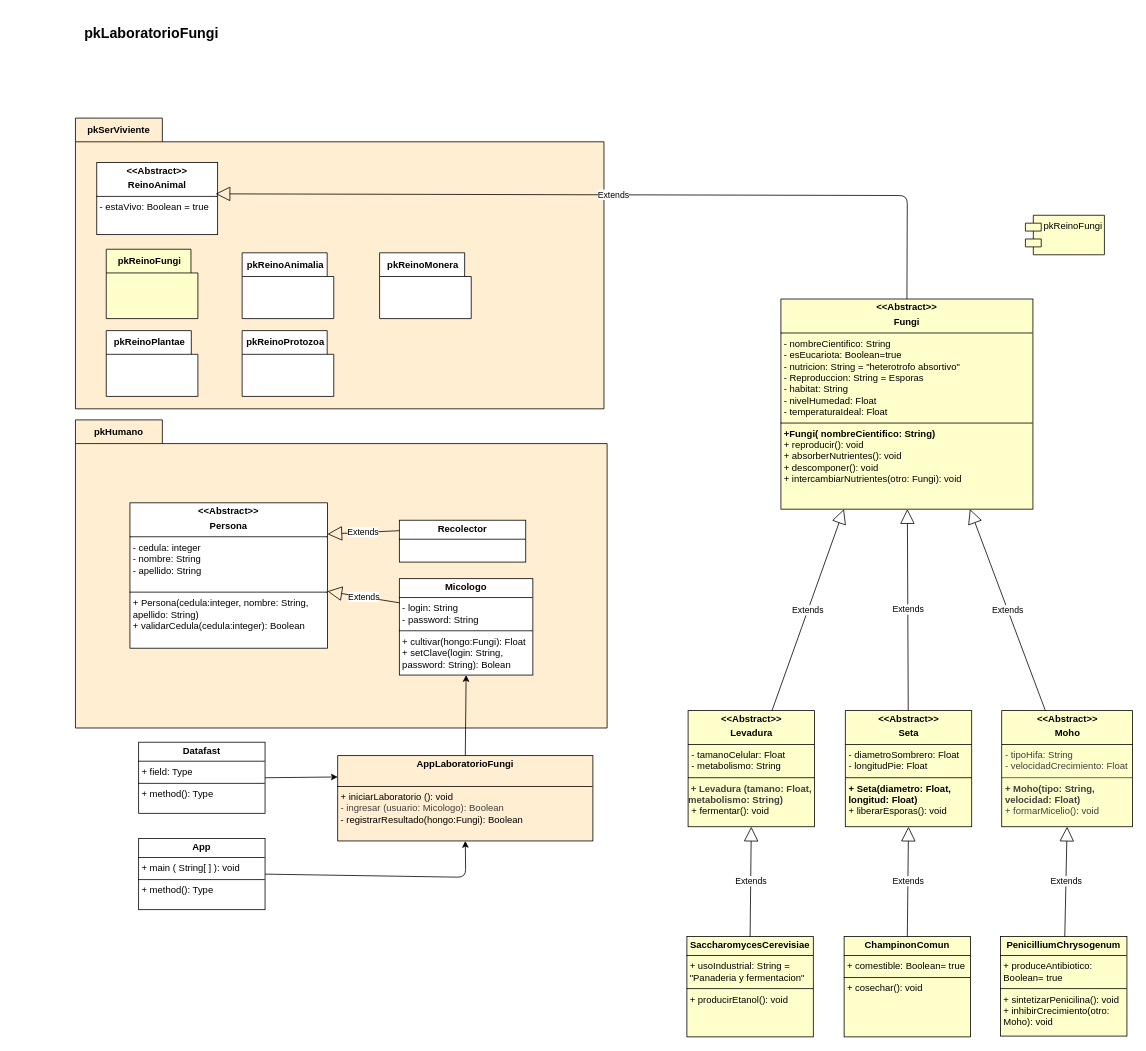
Before: desing/ClassDiagram.drawio in larry2004h-hash/ProyectoReinoFungi, a draw.io diagram. Source tidied: cells renumbered, new cells numbered last; positions are measured from the earlier drawing's top-left corner, leaving out a move shared by most shapes. Both pictures are drawn from the tidied source at 79%, with x=0, y=0 at pixel (75, 13).
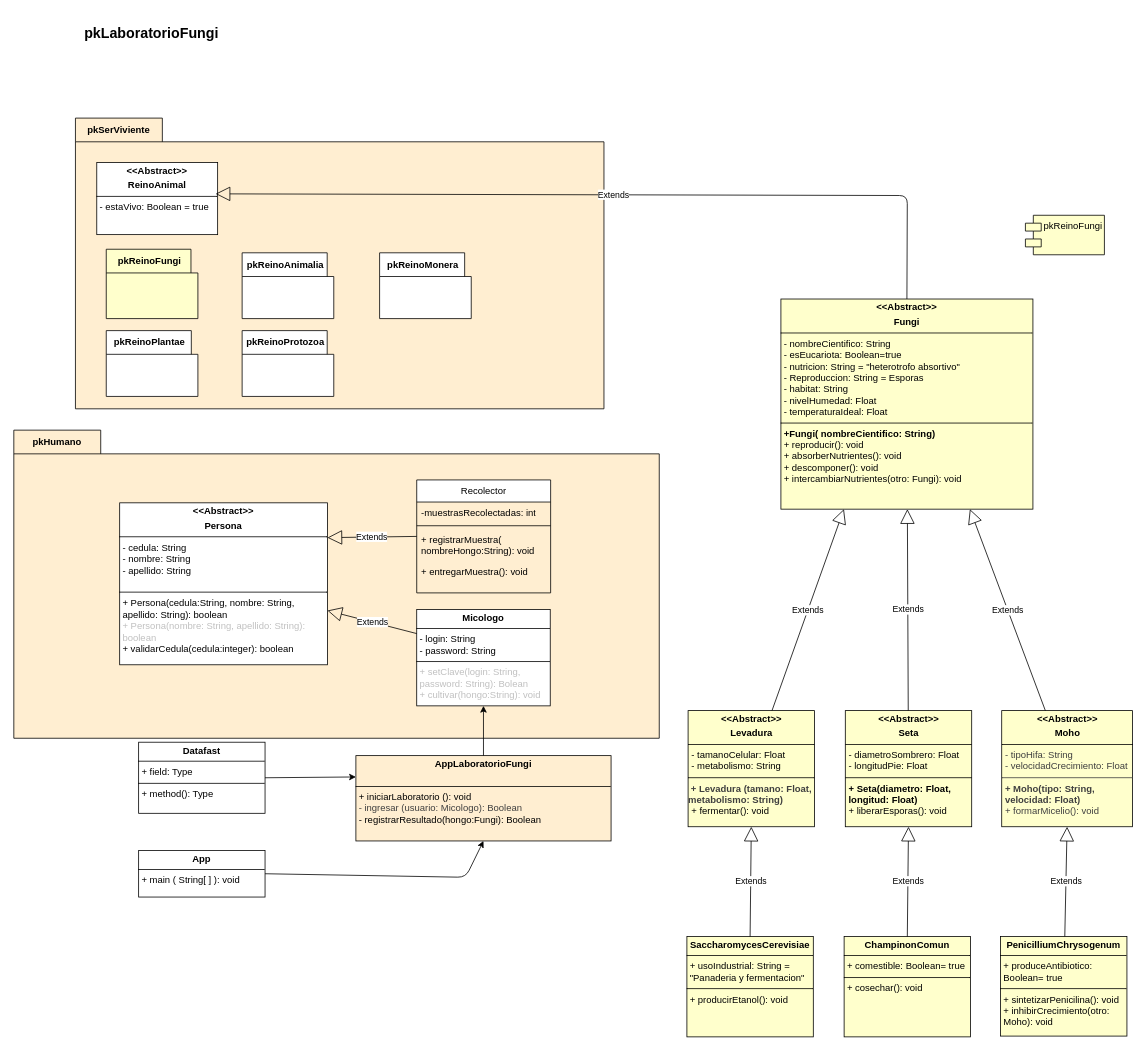
Above is the later version.

Diff of the diagram source:
```diff
@@
-    <mxCell id="2" value="pkHumano" style="shape=folder;fontStyle=1;tabWidth=110;tabHeight=30;tabPosition=left;html=1;boundedLbl=1;labelInHeader=1;whiteSpace=wrap;fillColor=#FFEED1;" parent="1" vertex="1">
-      <mxGeometry y="514" width="673" height="390" as="geometry" />
+    <mxCell id="2" value="pkHumano" style="shape=folder;fontStyle=1;tabWidth=110;tabHeight=30;tabPosition=left;html=1;boundedLbl=1;labelInHeader=1;whiteSpace=wrap;fillColor=#FFEED1;fontColor=light-dark(#000000,#EDEDED);" parent="1" vertex="1">
+      <mxGeometry x="-78" y="527" width="817" height="390" as="geometry" />
     </mxCell>
-    <mxCell id="3" value="&lt;p style=&quot;margin:0px;margin-top:4px;text-align:center;&quot;&gt;&lt;b&gt;Recolector&lt;/b&gt;&lt;/p&gt;&lt;hr size=&quot;1&quot; style=&quot;border-style:solid;&quot;&gt;&lt;p style=&quot;margin:0px;margin-left:4px;&quot;&gt;&lt;br&gt;&lt;/p&gt;" style="verticalAlign=top;align=left;overflow=fill;html=1;whiteSpace=wrap;" parent="2" vertex="1">
-      <mxGeometry x="410" y="127" width="160" height="53" as="geometry" />
+    <mxCell id="3" value="Recolector" style="swimlane;fontStyle=0;align=center;verticalAlign=top;horizontal=1;startSize=28;html=1;whiteSpace=wrap;strokeColor=light-dark(#000000,#EDEDED);fontColor=light-dark(#000000,#FFFFFF);labelBackgroundColor=default;" parent="2" vertex="1">
+      <mxGeometry x="510" y="63" width="169.5" height="143" as="geometry" />
     </mxCell>
+    <mxCell id="43" value="&lt;span style=&quot;text-wrap-mode: nowrap;&quot;&gt;-muestrasRecolectadas: int&lt;/span&gt;" style="text;strokeColor=none;fillColor=none;align=left;verticalAlign=top;spacingLeft=4;spacingRight=4;overflow=hidden;whiteSpace=wrap;html=1;fontColor=light-dark(#000000,#FFFFFF);" parent="3" vertex="1">
+      <mxGeometry y="28" width="169.5" height="26" as="geometry" />
+    </mxCell>
+    <mxCell id="44" style="line;strokeWidth=1;fillColor=none;align=left;verticalAlign=middle;spacingTop=-1;spacingLeft=3;spacingRight=3;labelPosition=right;" parent="3" vertex="1">
+      <mxGeometry y="54" width="169.5" height="8" as="geometry" />
+    </mxCell>
+    <mxCell id="45" value="&lt;span style=&quot;text-wrap-mode: nowrap;&quot;&gt;+ registrarMuestra(&lt;/span&gt;&lt;div style=&quot;scrollbar-color: rgb(75, 75, 75) rgb(27, 29, 30); text-wrap-mode: nowrap;&quot;&gt;nombreHongo:String): void&lt;/div&gt;" style="text;strokeColor=none;fillColor=none;align=left;verticalAlign=top;spacingLeft=4;spacingRight=4;overflow=hidden;whiteSpace=wrap;html=1;fontColor=default;" parent="3" vertex="1">
+      <mxGeometry y="62" width="169.5" height="40.5" as="geometry" />
+    </mxCell>
+    <mxCell id="46" value="&lt;span style=&quot;text-wrap-mode: nowrap;&quot;&gt;+ entregarMuestra(&lt;/span&gt;&lt;span style=&quot;scrollbar-color: rgb(75, 75, 75) rgb(27, 29, 30); text-wrap-mode: nowrap; background-color: transparent;&quot;&gt;): void&lt;/span&gt;" style="text;strokeColor=none;fillColor=none;align=left;verticalAlign=top;spacingLeft=4;spacingRight=4;overflow=hidden;whiteSpace=wrap;html=1;fontColor=light-dark(#000000,#FFFFFF);" parent="3" vertex="1">
+      <mxGeometry y="102.5" width="169.5" height="40.5" as="geometry" />
+    </mxCell>
-    <mxCell id="4" value="&lt;p style=&quot;margin:0px;margin-top:4px;text-align:center;&quot;&gt;&lt;b&gt;Micologo&lt;/b&gt;&lt;/p&gt;&lt;hr size=&quot;1&quot; style=&quot;border-style:solid;&quot;&gt;&lt;p style=&quot;margin:0px;margin-left:4px;&quot;&gt;- login: String&lt;/p&gt;&lt;p style=&quot;margin:0px;margin-left:4px;&quot;&gt;- password: String&lt;/p&gt;&lt;hr size=&quot;1&quot; style=&quot;border-style:solid;&quot;&gt;&lt;p style=&quot;margin:0px;margin-left:4px;&quot;&gt;+ cultivar(hongo:Fungi): Float&lt;/p&gt;&lt;p style=&quot;margin:0px;margin-left:4px;&quot;&gt;+ setClave(login: String, password: String): Bolean&lt;/p&gt;" style="verticalAlign=top;align=left;overflow=fill;html=1;whiteSpace=wrap;" parent="1" vertex="1">
-      <mxGeometry x="410" y="715" width="169" height="122" as="geometry" />
+    <mxCell id="4" value="&lt;p style=&quot;margin:0px;margin-top:4px;text-align:center;&quot;&gt;&lt;b&gt;&lt;font&gt;Micologo&lt;/font&gt;&lt;/b&gt;&lt;/p&gt;&lt;hr size=&quot;1&quot; style=&quot;border-style:solid;&quot;&gt;&lt;p style=&quot;margin:0px;margin-left:4px;&quot;&gt;&lt;font&gt;- login: String&lt;/font&gt;&lt;/p&gt;&lt;p style=&quot;margin:0px;margin-left:4px;&quot;&gt;&lt;font&gt;- password: String&lt;/font&gt;&lt;/p&gt;&lt;hr size=&quot;1&quot; style=&quot;border-style:solid;&quot;&gt;&lt;p style=&quot;margin:0px;margin-left:4px;&quot;&gt;&lt;span style=&quot;background-color: transparent; color: rgb(192, 192, 192);&quot;&gt;&lt;font&gt;+ setClave(login: String, password: String): Bolean&lt;/font&gt;&lt;/span&gt;&lt;/p&gt;&lt;p style=&quot;margin:0px;margin-left:4px;&quot;&gt;&lt;span style=&quot;color: rgb(192, 192, 192);&quot;&gt;&lt;font&gt;+ cultivar(hongo:String): void&lt;/font&gt;&lt;/span&gt;&lt;span style=&quot;color: rgb(192, 192, 192); background-color: transparent;&quot;&gt;&lt;/span&gt;&lt;/p&gt;" style="verticalAlign=top;align=left;overflow=fill;html=1;whiteSpace=wrap;strokeColor=default;" parent="2" vertex="1">
+      <mxGeometry x="510" y="227" width="169" height="122" as="geometry" />
     </mxCell>
     <mxCell id="5" value="&lt;p style=&quot;margin:0px;margin-top:4px;text-align:center;&quot;&gt;&lt;b&gt;AppLaboratorioFungi&lt;/b&gt;&lt;/p&gt;&lt;p style=&quot;margin:0px;margin-left:4px;&quot;&gt;&lt;br&gt;&lt;/p&gt;&lt;hr size=&quot;1&quot; style=&quot;border-style:solid;&quot;&gt;&lt;p style=&quot;margin:0px;margin-left:4px;&quot;&gt;+ iniciarLaboratorio (): void&lt;/p&gt;&lt;p style=&quot;margin:0px;margin-left:4px;&quot;&gt;&lt;span style=&quot;color: rgb(63, 63, 63);&quot;&gt;- ingresar (usuario: Micologo): Boolean&lt;/span&gt;&lt;/p&gt;&lt;p style=&quot;margin:0px;margin-left:4px;&quot;&gt;- registrarResultado(hongo:Fungi): Boolean&lt;/p&gt;&lt;p style=&quot;margin:0px;margin-left:4px;&quot;&gt;&lt;br&gt;&lt;/p&gt;&lt;p style=&quot;margin:0px;margin-left:4px;&quot;&gt;&lt;br&gt;&lt;/p&gt;" style="verticalAlign=top;align=left;overflow=fill;html=1;whiteSpace=wrap;fillColor=#FFEED1;strokeColor=#000000;rounded=0;glass=0;" parent="1" vertex="1">
-      <mxGeometry x="332" y="939" width="323" height="108" as="geometry" />
+      <mxGeometry x="355" y="939" width="323" height="108" as="geometry" />
     </mxCell>
@@
-    <mxCell id="7" value="&lt;p style=&quot;margin:0px;margin-top:4px;text-align:center;&quot;&gt;&lt;b&gt;&amp;lt;&amp;lt;Abstract&amp;gt;&amp;gt;&lt;/b&gt;&lt;/p&gt;&lt;p style=&quot;margin:0px;margin-top:4px;text-align:center;&quot;&gt;&lt;b&gt;Persona&lt;/b&gt;&lt;/p&gt;&lt;hr size=&quot;1&quot; style=&quot;border-style:solid;&quot;&gt;&lt;p style=&quot;margin:0px;margin-left:4px;&quot;&gt;- cedula: integer&lt;/p&gt;&lt;p style=&quot;margin:0px;margin-left:4px;&quot;&gt;- nombre: String&lt;/p&gt;&lt;p style=&quot;margin:0px;margin-left:4px;&quot;&gt;- apellido: String&lt;/p&gt;&lt;p style=&quot;margin:0px;margin-left:4px;&quot;&gt;&lt;br&gt;&lt;/p&gt;&lt;hr size=&quot;1&quot; style=&quot;border-style:solid;&quot;&gt;&lt;p style=&quot;margin:0px;margin-left:4px;&quot;&gt;+ Persona(cedula:integer, nombre: String, apellido: String)&lt;/p&gt;&lt;p style=&quot;margin:0px;margin-left:4px;&quot;&gt;+ validarCedula(cedula:integer): Boolean&lt;/p&gt;" style="verticalAlign=top;align=left;overflow=fill;html=1;whiteSpace=wrap;" parent="1" vertex="1">
-      <mxGeometry x="69" y="619" width="250" height="184" as="geometry" />
+    <mxCell id="7" value="&lt;p style=&quot;margin:0px;margin-top:4px;text-align:center;&quot;&gt;&lt;b&gt;&lt;font&gt;&amp;lt;&amp;lt;Abstract&amp;gt;&amp;gt;&lt;/font&gt;&lt;/b&gt;&lt;/p&gt;&lt;p style=&quot;margin:0px;margin-top:4px;text-align:center;&quot;&gt;&lt;b&gt;&lt;font&gt;Persona&lt;/font&gt;&lt;/b&gt;&lt;/p&gt;&lt;hr size=&quot;1&quot; style=&quot;border-style:solid;&quot;&gt;&lt;p style=&quot;margin:0px;margin-left:4px;&quot;&gt;&lt;font&gt;- cedula: String&lt;/font&gt;&lt;/p&gt;&lt;p style=&quot;margin:0px;margin-left:4px;&quot;&gt;&lt;font&gt;- nombre: String&lt;/font&gt;&lt;/p&gt;&lt;p style=&quot;margin:0px;margin-left:4px;&quot;&gt;&lt;font&gt;- apellido: String&lt;/font&gt;&lt;/p&gt;&lt;p style=&quot;margin:0px;margin-left:4px;&quot;&gt;&lt;font&gt;&lt;br&gt;&lt;/font&gt;&lt;/p&gt;&lt;hr size=&quot;1&quot; style=&quot;border-style:solid;&quot;&gt;&lt;p style=&quot;margin:0px;margin-left:4px;&quot;&gt;&lt;font&gt;+ Persona(cedula:String, nombre: String, apellido: String): boolean&lt;/font&gt;&lt;/p&gt;&lt;p style=&quot;margin:0px;margin-left:4px;&quot;&gt;&lt;span style=&quot;color: rgb(192, 192, 192);&quot;&gt;&lt;font&gt;+ Persona(nombre: String, apellido: String): boolean&lt;/font&gt;&lt;/span&gt;&lt;/p&gt;&lt;p style=&quot;margin:0px;margin-left:4px;&quot;&gt;&lt;font&gt;&lt;font style=&quot;&quot;&gt;+ validarCedula(cedula&lt;/font&gt;:integer): boolean&lt;/font&gt;&lt;/p&gt;" style="verticalAlign=top;align=left;overflow=fill;html=1;whiteSpace=wrap;" parent="1" vertex="1">
+      <mxGeometry x="56" y="619" width="263" height="205" as="geometry" />
     </mxCell>
-    <mxCell id="8" value="Extends" style="endArrow=block;endSize=16;endFill=0;html=1;exitX=0;exitY=0.25;exitDx=0;exitDy=0;entryX=1;entryY=0.215;entryDx=0;entryDy=0;entryPerimeter=0;" parent="1" edge="1" source="3" target="7">
+    <mxCell id="8" value="Extends" style="endArrow=block;endSize=16;endFill=0;html=1;exitX=0;exitY=0.5;exitDx=0;exitDy=0;entryX=1;entryY=0.215;entryDx=0;entryDy=0;entryPerimeter=0;" parent="1" edge="1" source="3" target="7">
       <mxGeometry relative="1" as="geometry" />
     </mxCell>
@@
-    <mxCell id="38" value="&lt;p style=&quot;margin:0px;margin-top:4px;text-align:center;&quot;&gt;&lt;b&gt;App&lt;/b&gt;&lt;/p&gt;&lt;hr size=&quot;1&quot; style=&quot;border-style:solid;&quot;&gt;&lt;p style=&quot;margin:0px;margin-left:4px;&quot;&gt;+ main ( String[ ] ): void&lt;/p&gt;&lt;hr size=&quot;1&quot; style=&quot;border-style:solid;&quot;&gt;&lt;p style=&quot;margin:0px;margin-left:4px;&quot;&gt;+ method(): Type&lt;/p&gt;" style="verticalAlign=top;align=left;overflow=fill;html=1;whiteSpace=wrap;" parent="1" vertex="1">
-      <mxGeometry x="80" y="1044" width="160" height="90" as="geometry" />
+    <mxCell id="38" value="&lt;p style=&quot;margin:0px;margin-top:4px;text-align:center;&quot;&gt;&lt;b&gt;App&lt;/b&gt;&lt;/p&gt;&lt;hr size=&quot;1&quot; style=&quot;border-style:solid;&quot;&gt;&lt;p style=&quot;margin:0px;margin-left:4px;&quot;&gt;+ main ( String[ ] ): void&lt;/p&gt;" style="verticalAlign=top;align=left;overflow=fill;html=1;whiteSpace=wrap;" parent="1" vertex="1">
+      <mxGeometry x="80" y="1059" width="160" height="59" as="geometry" />
     </mxCell>
```
